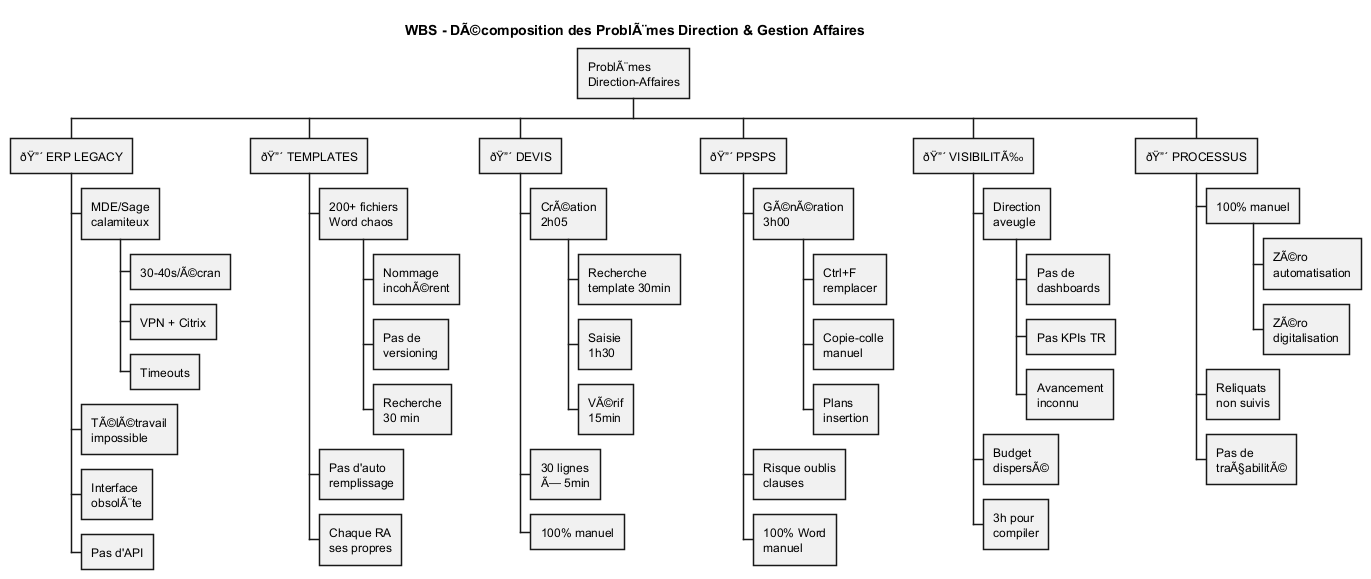
This is Direction-Affaires/uml/WBS_Problemes_Direction_Affaires.png from JordanSerafini/Audit_Duret, a PlantUML export, as it was before one commit.
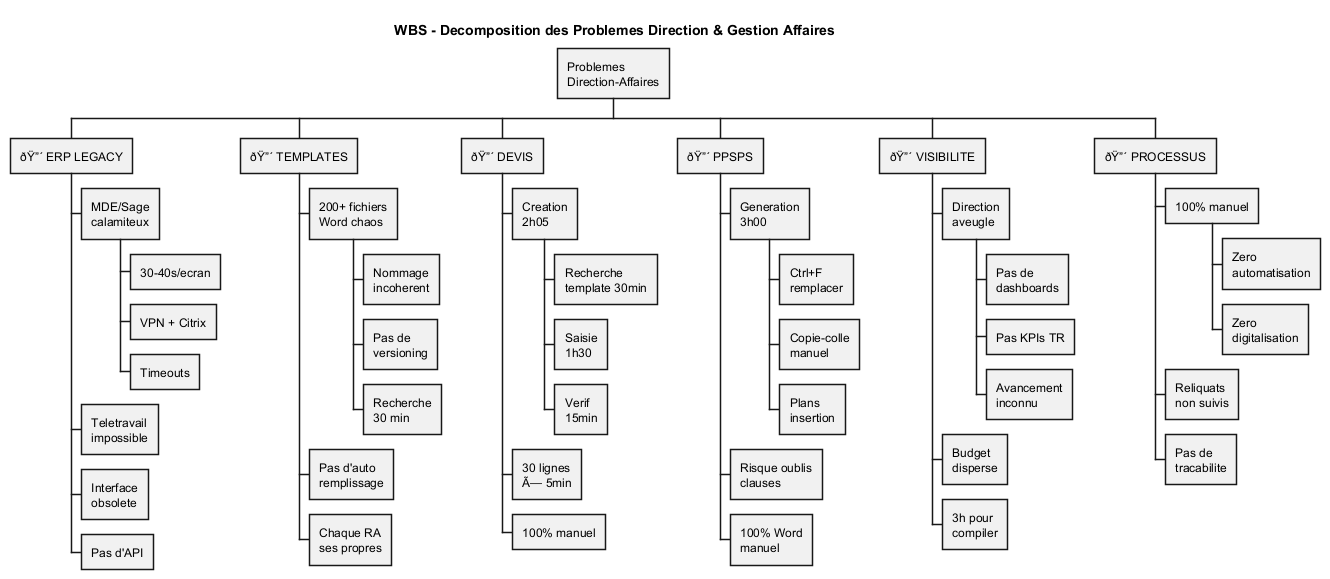
The same file after the commit.

Change to the diagram source:
```diff
@@ -1,55 +1,55 @@
 @startwbs WBS_Problemes_Direction_Affaires
 
-title WBS - DÃ©composition des ProblÃ¨mes Direction & Gestion Affaires
+title WBS - Decomposition des Problemes Direction & Gestion Affaires
 
-* ProblÃ¨mes\nDirection-Affaires
+* Problemes\nDirection-Affaires
 
 ** ðŸ”´ ERP LEGACY
 *** MDE/Sage\ncalamiteux
-**** 30-40s/Ã©cran
+**** 30-40s/ecran
 **** VPN + Citrix
 **** Timeouts
-*** TÃ©lÃ©travail\nimpossible
-*** Interface\nobsolÃ¨te
+*** Teletravail\nimpossible
+*** Interface\nobsolete
 *** Pas d'API
 
 ** ðŸ”´ TEMPLATES
 *** 200+ fichiers\nWord chaos
-**** Nommage\nincohÃ©rent
+**** Nommage\nincoherent
 **** Pas de\nversioning
 **** Recherche\n30 min
 *** Pas d'auto\nremplissage
 *** Chaque RA\nses propres
 
 ** ðŸ”´ DEVIS
-*** CrÃ©ation\n2h05
+*** Creation\n2h05
 **** Recherche\ntemplate 30min
 **** Saisie\n1h30
-**** VÃ©rif\n15min
+**** Verif\n15min
 *** 30 lignes\nÃ— 5min
 *** 100% manuel
 
 ** ðŸ”´ PPSPS
-*** GÃ©nÃ©ration\n3h00
+*** Generation\n3h00
 **** Ctrl+F\nremplacer
 **** Copie-colle\nmanuel
 **** Plans\ninsertion
 *** Risque oublis\nclauses
 *** 100% Word\nmanuel
 
-** ðŸ”´ VISIBILITÃ‰
+** ðŸ”´ VISIBILITE
 *** Direction\naveugle
 **** Pas de\ndashboards
 **** Pas KPIs TR
 **** Avancement\ninconnu
-*** Budget\ndispersÃ©
+*** Budget\ndisperse
 *** 3h pour\ncompiler
 
 ** ðŸ”´ PROCESSUS
 *** 100% manuel
-**** ZÃ©ro\nautomatisation
-**** ZÃ©ro\ndigitalisation
+**** Zero\nautomatisation
+**** Zero\ndigitalisation
 *** Reliquats\nnon suivis
-*** Pas de\ntraÃ§abilitÃ©
+*** Pas de\ntracabilite
 
 @endwbs
```
